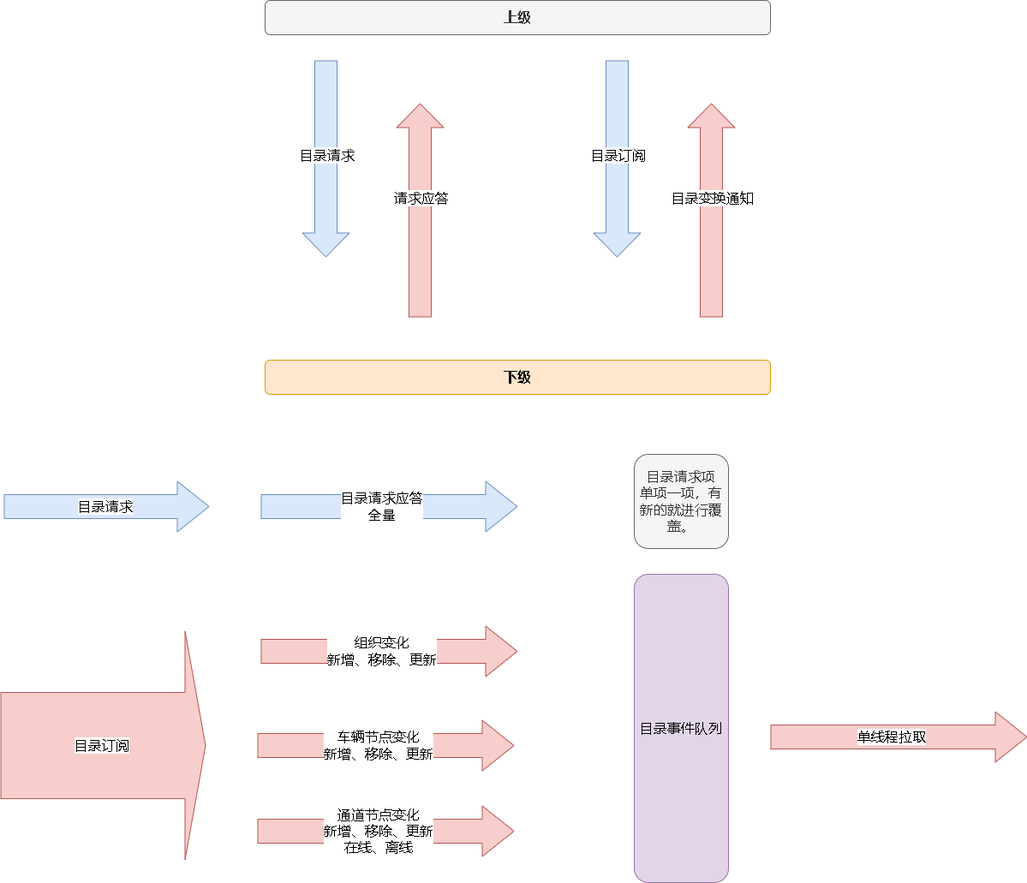
xktder/draw keeps this draw.io diagram as 28181.drawio.png. Above is the earlier version. Source tidied: cells renumbered, new cells last; positions are measured from the earlier drawing's top-left corner, leaving out a move shared by most shapes.
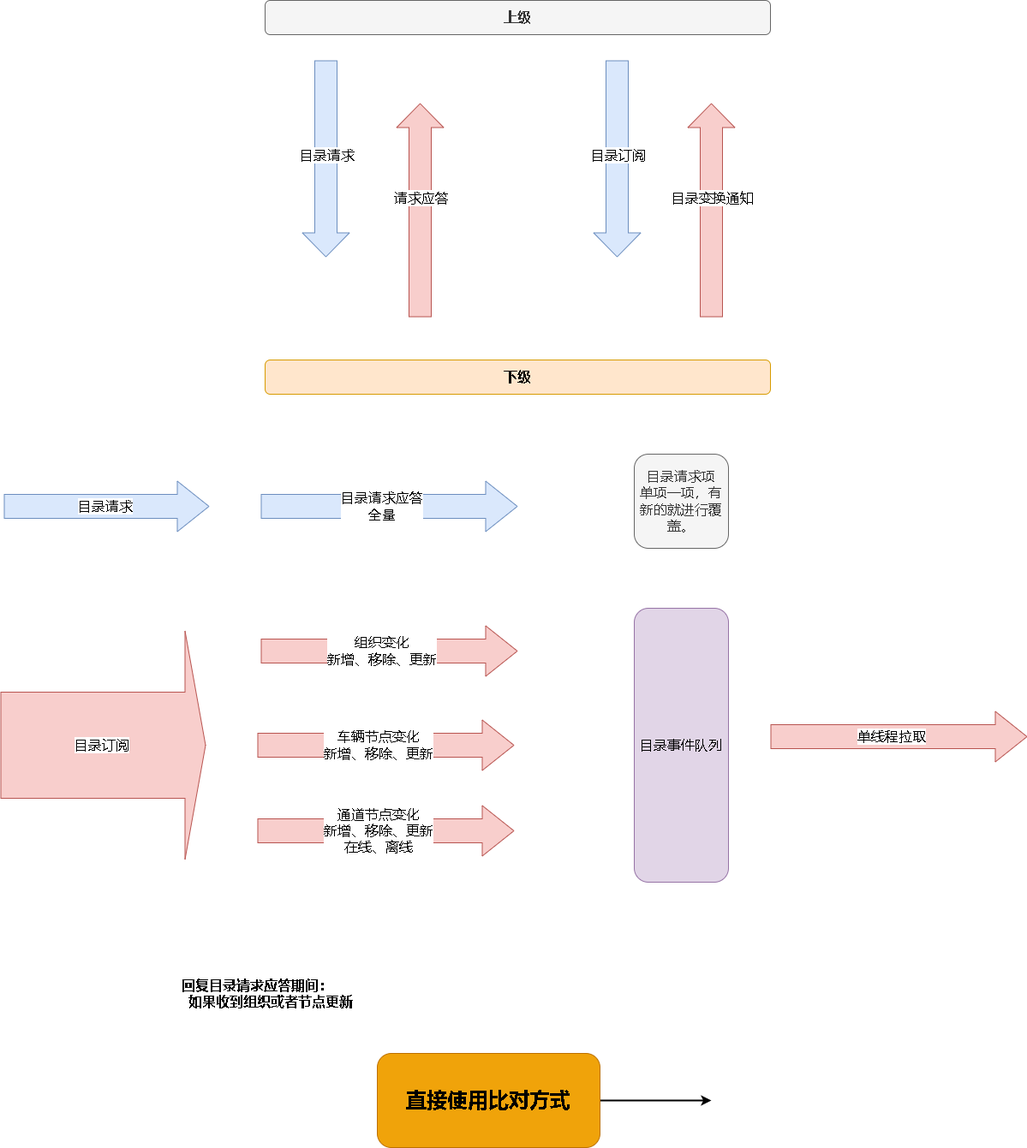
Later version of the same file.

What changed in the source:
```diff
@@ -119,7 +119,7 @@
       </mxGeometry>
     </mxCell>
     <mxCell id="24" value="目录事件队列" style="rounded=1;whiteSpace=wrap;html=1;fontSize=16;fillColor=#e1d5e7;strokeColor=#9673a6;" parent="1" vertex="1">
-      <mxGeometry x="740" y="670" width="110" height="360" as="geometry" />
+      <mxGeometry x="740" y="710" width="110" height="320" as="geometry" />
     </mxCell>
     <mxCell id="25" style="shape=flexArrow;endArrow=classic;html=1;rounded=0;fontSize=16;width=28;endSize=12;endWidth=30;fillColor=#f8cecc;strokeColor=#b85450;" parent="1" edge="1">
       <mxGeometry relative="1" as="geometry">
@@ -135,5 +135,16 @@
     <mxCell id="27" value="目录请求项&lt;br&gt;单项一项，有新的就进行覆盖。" style="rounded=1;whiteSpace=wrap;html=1;fontSize=16;fillColor=#f5f5f5;fontColor=#333333;strokeColor=#666666;" parent="1" vertex="1">
       <mxGeometry x="740" y="530" width="110" height="110" as="geometry" />
     </mxCell>
+    <mxCell id="28" value="&lt;b&gt;回复目录请求应答期间：&lt;br&gt;&amp;nbsp; 如果收到组织或者节点更新&lt;br&gt;&amp;nbsp;&amp;nbsp;&lt;br&gt;&lt;/b&gt;" style="text;html=1;strokeColor=none;fillColor=none;align=left;verticalAlign=middle;whiteSpace=wrap;rounded=0;fontSize=16;" parent="1" vertex="1">
+      <mxGeometry x="210" y="1150" width="430" height="40" as="geometry" />
+    </mxCell>
+    <mxCell id="29" style="edgeStyle=orthogonalEdgeStyle;rounded=0;jettySize=auto;html=1;fontSize=24;startArrow=none;startFill=0;strokeWidth=2;" parent="1" edge="1" source="30">
+      <mxGeometry relative="1" as="geometry">
+        <mxPoint x="830" y="1285" as="targetPoint" />
+      </mxGeometry>
+    </mxCell>
+    <mxCell id="30" value="&lt;b&gt;&lt;font style=&quot;font-size: 24px;&quot;&gt;直接使用比对方式&lt;/font&gt;&lt;/b&gt;" style="rounded=1;whiteSpace=wrap;html=1;fontSize=16;fillColor=#f0a30a;fontColor=#000000;strokeColor=#BD7000;" parent="1" vertex="1">
+      <mxGeometry x="440" y="1230" width="260" height="110" as="geometry" />
+    </mxCell>
   </root>
 </mxGraphModel>
```
